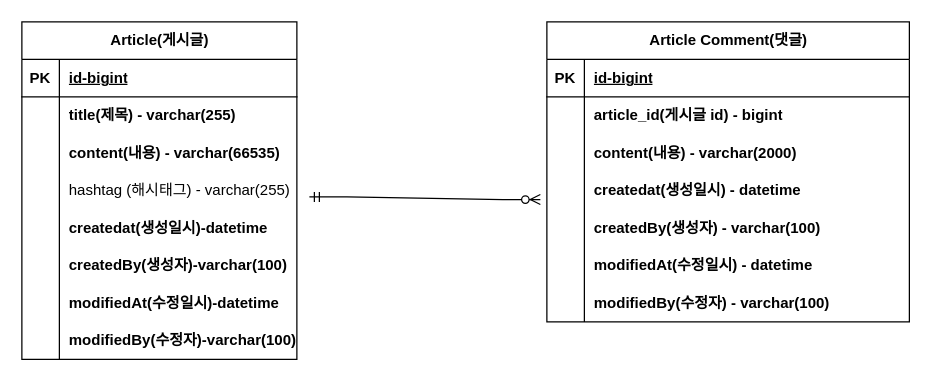
The draw.io diagram document/제목 없는 다이어그램.drawio in claudia1886/fastcampus-project-board, before the edit. Source tidied: cells renumbered, new cells numbered last; positions are measured from the earlier drawing's top-left corner, leaving out a move shared by most shapes. Both pictures are drawn from the tidied source at 125%, with x=0, y=0 at pixel (21, 21).
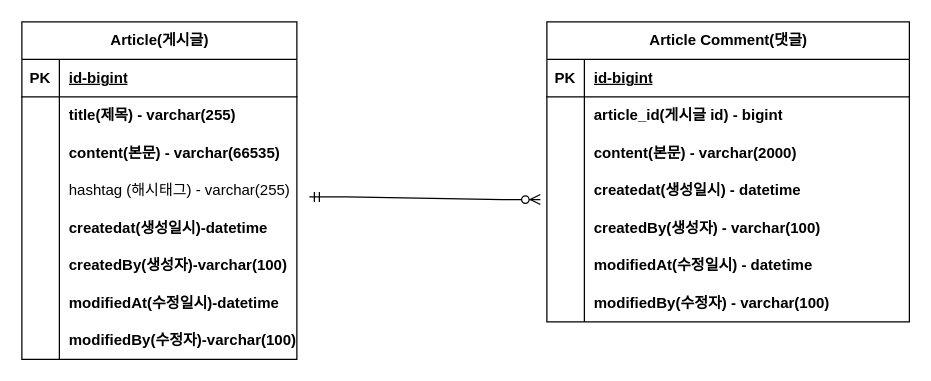
Above is the later version.

The change refers to these unchanged cells:
```xml
<mxCell id="9" style="shape=tableRow;horizontal=0;startSize=0;swimlaneHead=0;swimlaneBody=0;fillColor=none;top=0;left=0;right=0;bottom=0;" parent="2" vertex="1">
  <mxGeometry y="90" width="220" height="30" as="geometry" />
</mxCell>
<mxCell id="34" style="shape=tableRow;horizontal=0;startSize=0;swimlaneHead=0;swimlaneBody=0;fillColor=none;top=0;left=0;right=0;bottom=0;" parent="27" vertex="1">
  <mxGeometry y="90" width="290" height="30" as="geometry" />
</mxCell>
```

What changed in the source:
```diff
@@
-    <mxCell id="11" value="content(내용) - varchar(66535)" style="shape=partialRectangle;fillColor=none;top=0;left=0;bottom=0;right=0;align=left;spacingLeft=6;overflow=hidden;whiteSpace=wrap;html=1;fontStyle=1;" parent="9" vertex="1">
+    <mxCell id="11" value="content(본문) - varchar(66535)" style="shape=partialRectangle;fillColor=none;top=0;left=0;bottom=0;right=0;align=left;spacingLeft=6;overflow=hidden;whiteSpace=wrap;html=1;fontStyle=1;" parent="9" vertex="1">
       <mxGeometry x="30" width="190" height="30" as="geometry" />
     </mxCell>
@@
-    <mxCell id="36" value="content(내용) - varchar(2000)" style="shape=partialRectangle;fillColor=none;top=0;left=0;bottom=0;right=0;align=left;spacingLeft=6;overflow=hidden;whiteSpace=wrap;html=1;fontStyle=1;" parent="34" vertex="1">
+    <mxCell id="36" value="content(본문) - varchar(2000)" style="shape=partialRectangle;fillColor=none;top=0;left=0;bottom=0;right=0;align=left;spacingLeft=6;overflow=hidden;whiteSpace=wrap;html=1;fontStyle=1;" parent="34" vertex="1">
       <mxGeometry x="30" width="260" height="30" as="geometry" />
     </mxCell>
```
